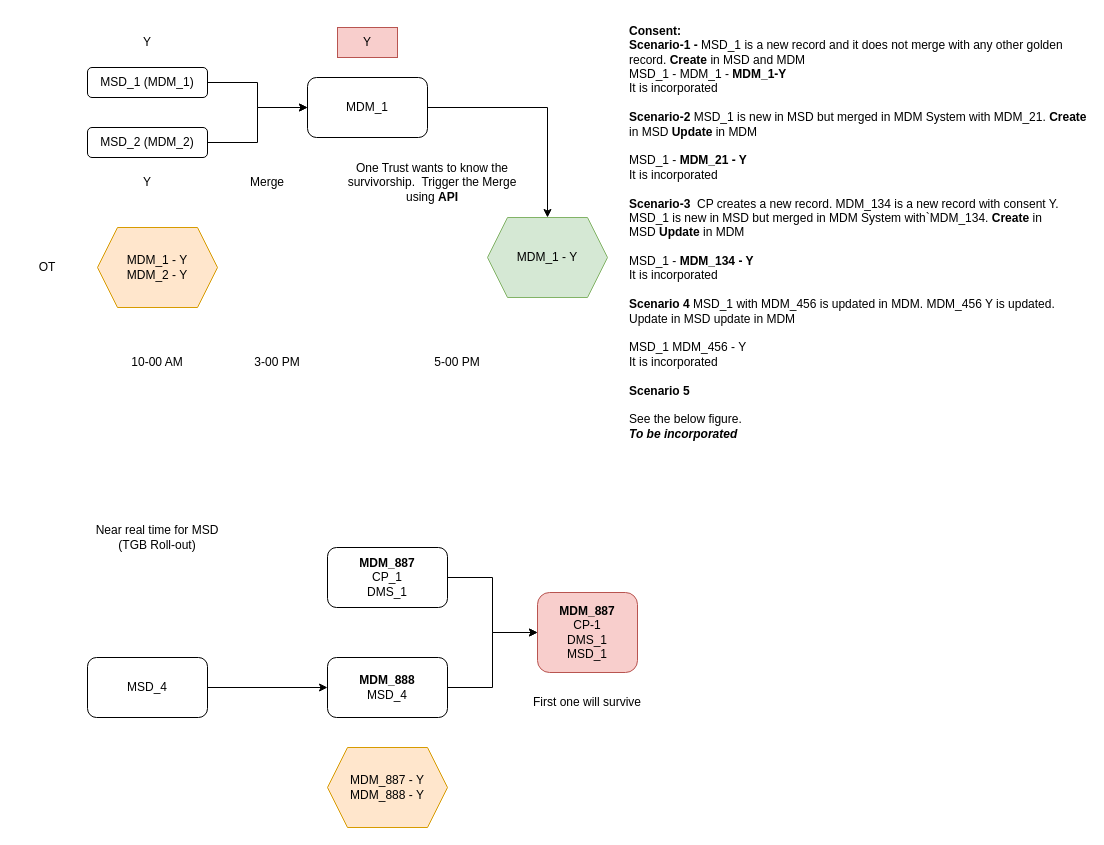
Above: page "Consent-MDM-Merge-OT" (33 of 40) of TME.drawio in biswarup81/drawings (draw.io), before the change. Source tidied: cells renumbered, new cells numbered last; positions are measured from the earlier drawing's top-left corner, leaving out a move shared by most shapes. Both pictures are drawn from the tidied source at 100%, with x=0, y=0 at pixel (17, 17).
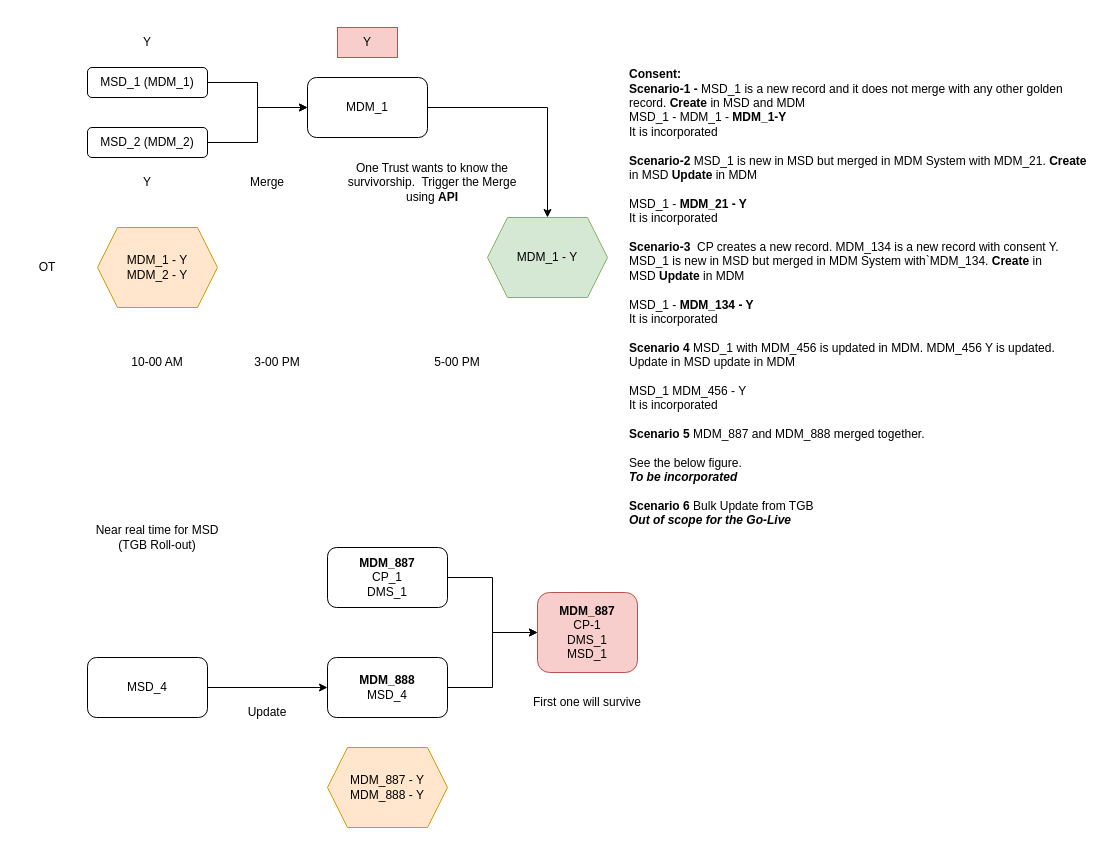
The same diagram, later.

Change to the diagram source:
```diff
@@
-    <mxCell id="19" value="&lt;b&gt;Consent:&lt;br&gt;Scenario-1 - &lt;/b&gt;MSD_1 is a new record and it does not merge with any other golden record. &lt;b&gt;Create &lt;/b&gt;in MSD and MDM&lt;br&gt;MSD_1 - MDM_1 - &lt;b&gt;MDM_1-Y&lt;/b&gt;&lt;br&gt;It is incorporated&lt;br&gt;&lt;br&gt;&lt;b&gt;Scenario-2 &lt;/b&gt;MSD_1 is new in MSD but merged in MDM System with MDM_21. &lt;b&gt;Create &lt;/b&gt;in MSD &lt;b&gt;Update &lt;/b&gt;in MDM&lt;br&gt;&lt;br&gt;MSD_1 - &lt;b&gt;MDM_21 - Y&lt;/b&gt;&lt;br&gt;It is incorporated&lt;br&gt;&lt;br&gt;&lt;b&gt;Scenario-3&amp;nbsp;&lt;/b&gt;&amp;nbsp;CP creates a new record. MDM_134 is a new record with consent Y. MSD_1 is new in MSD but merged in MDM System with`MDM_134.&amp;nbsp;&lt;b style=&quot;border-color: var(--border-color);&quot;&gt;Create&amp;nbsp;&lt;/b&gt;in MSD&amp;nbsp;&lt;b style=&quot;border-color: var(--border-color);&quot;&gt;Update&amp;nbsp;&lt;/b&gt;in MDM&lt;br&gt;&lt;br&gt;MSD_1 -&amp;nbsp;&lt;b style=&quot;border-color: var(--border-color);&quot;&gt;MDM_134 - Y&lt;br&gt;&lt;/b&gt;It is incorporated&lt;br&gt;&lt;br&gt;&lt;b&gt;Scenario 4 &lt;/b&gt;MSD_1 with MDM_456 is updated in MDM. MDM_456 Y is updated. Update in MSD update in MDM&lt;br&gt;&lt;br&gt;MSD_1 MDM_456 - Y&lt;br&gt;It is incorporated&lt;br&gt;&lt;br&gt;&lt;b&gt;Scenario 5&amp;nbsp;&lt;br&gt;&lt;/b&gt;&lt;br&gt;See the below figure.&lt;br&gt;&lt;i&gt;&lt;b&gt;To be incorporated&lt;/b&gt;&lt;/i&gt;" style="text;html=1;strokeColor=none;fillColor=none;align=left;verticalAlign=middle;whiteSpace=wrap;rounded=0;" parent="1" vertex="1">
-      <mxGeometry x="610" width="460" height="430" as="geometry" />
+    <mxCell id="19" value="&lt;b&gt;Consent:&lt;br&gt;Scenario-1 - &lt;/b&gt;MSD_1 is a new record and it does not merge with any other golden record. &lt;b&gt;Create &lt;/b&gt;in MSD and MDM&lt;br&gt;MSD_1 - MDM_1 - &lt;b&gt;MDM_1-Y&lt;/b&gt;&lt;br&gt;It is incorporated&lt;br&gt;&lt;br&gt;&lt;b&gt;Scenario-2 &lt;/b&gt;MSD_1 is new in MSD but merged in MDM System with MDM_21. &lt;b&gt;Create &lt;/b&gt;in MSD &lt;b&gt;Update &lt;/b&gt;in MDM&lt;br&gt;&lt;br&gt;MSD_1 - &lt;b&gt;MDM_21 - Y&lt;/b&gt;&lt;br&gt;It is incorporated&lt;br&gt;&lt;br&gt;&lt;b&gt;Scenario-3&amp;nbsp;&lt;/b&gt;&amp;nbsp;CP creates a new record. MDM_134 is a new record with consent Y. MSD_1 is new in MSD but merged in MDM System with`MDM_134.&amp;nbsp;&lt;b style=&quot;border-color: var(--border-color);&quot;&gt;Create&amp;nbsp;&lt;/b&gt;in MSD&amp;nbsp;&lt;b style=&quot;border-color: var(--border-color);&quot;&gt;Update&amp;nbsp;&lt;/b&gt;in MDM&lt;br&gt;&lt;br&gt;MSD_1 -&amp;nbsp;&lt;b style=&quot;border-color: var(--border-color);&quot;&gt;MDM_134 - Y&lt;br&gt;&lt;/b&gt;It is incorporated&lt;br&gt;&lt;br&gt;&lt;b&gt;Scenario 4 &lt;/b&gt;MSD_1 with MDM_456 is updated in MDM. MDM_456 Y is updated. Update in MSD update in MDM&lt;br&gt;&lt;br&gt;MSD_1 MDM_456 - Y&lt;br&gt;It is incorporated&lt;br&gt;&lt;br&gt;&lt;b&gt;Scenario 5 &lt;/b&gt;MDM_887 and MDM_888 merged together.&lt;br&gt;&lt;br&gt;See the below figure.&lt;br&gt;&lt;i&gt;&lt;b&gt;To be incorporated&lt;br&gt;&lt;br&gt;&lt;/b&gt;&lt;/i&gt;&lt;b style=&quot;border-color: var(--border-color);&quot;&gt;Scenario 6 &lt;/b&gt;&lt;span style=&quot;border-color: var(--border-color);&quot;&gt;Bulk Update from TGB&lt;/span&gt;&lt;br style=&quot;border-color: var(--border-color);&quot;&gt;&lt;i style=&quot;border-color: var(--border-color);&quot;&gt;&lt;b style=&quot;border-color: var(--border-color);&quot;&gt;Out of scope for the Go-Live&lt;/b&gt;&lt;/i&gt;&lt;i&gt;&lt;b&gt;&lt;br&gt;&lt;/b&gt;&lt;/i&gt;" style="text;html=1;strokeColor=none;fillColor=none;align=left;verticalAlign=middle;whiteSpace=wrap;rounded=0;" parent="1" vertex="1">
+      <mxGeometry x="610" width="460" height="560" as="geometry" />
     </mxCell>
@@
+    <mxCell id="30" value="Update" style="text;html=1;align=center;verticalAlign=middle;whiteSpace=wrap;rounded=0;" parent="1" vertex="1">
+      <mxGeometry x="220" y="680" width="60" height="30" as="geometry" />
+    </mxCell>
```
